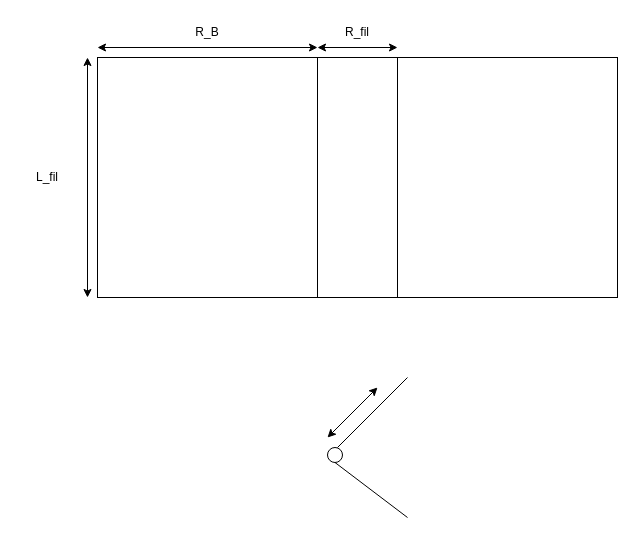
Before: DrawIo/Filament_géométrie.drawio in KyuriTaima/CygnusDynamics, a draw.io diagram. Source tidied: cells renumbered, new cells numbered last; positions are measured from the earlier drawing's top-left corner, leaving out a move shared by most shapes. Both pictures are drawn from the tidied source at 100%, with x=0, y=0 at pixel (17, 17).
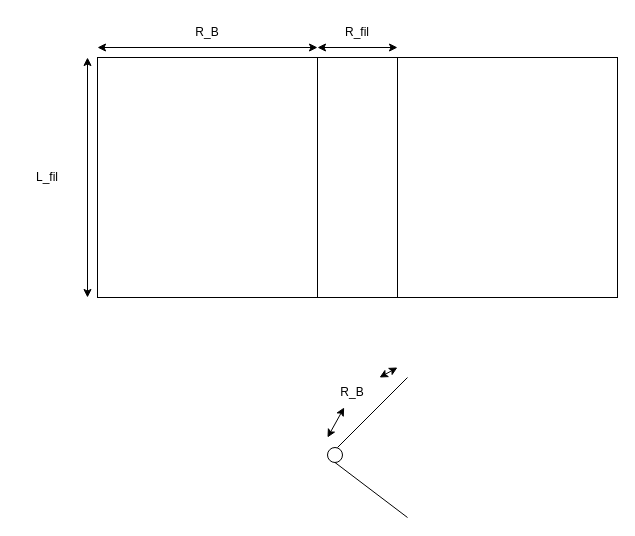
The same page after the edit.

Commit message:
Overleaf Connect auto-sync [2026-06-18 11:46:18]

Change to the diagram source:
```diff
@@
-    <mxCell id="14" style="endArrow=classic;startArrow=classic;html=1;rounded=0;" parent="1" edge="1">
+    <mxCell id="14" style="endArrow=classic;startArrow=classic;html=1;rounded=0;" parent="1" edge="1" source="16">
       <mxGeometry relative="1" as="geometry">
-        <mxPoint x="310" y="420" as="sourcePoint" />
-        <mxPoint x="360" y="370" as="targetPoint" />
+        <mxPoint x="380" y="350" as="targetPoint" />
       </mxGeometry>
     </mxCell>
+    <mxCell id="15" style="endArrow=classic;startArrow=classic;html=1;rounded=0;" parent="1" edge="1" target="16">
+      <mxGeometry relative="1" as="geometry">
+        <mxPoint x="310" y="420" as="sourcePoint" />
+      </mxGeometry>
+    </mxCell>
+    <mxCell id="16" value="R_B" style="text;html=1;whiteSpace=wrap;strokeColor=none;fillColor=none;align=center;verticalAlign=middle;rounded=0;" parent="1" vertex="1">
+      <mxGeometry x="305" y="360" width="60" height="30" as="geometry" />
+    </mxCell>
```
